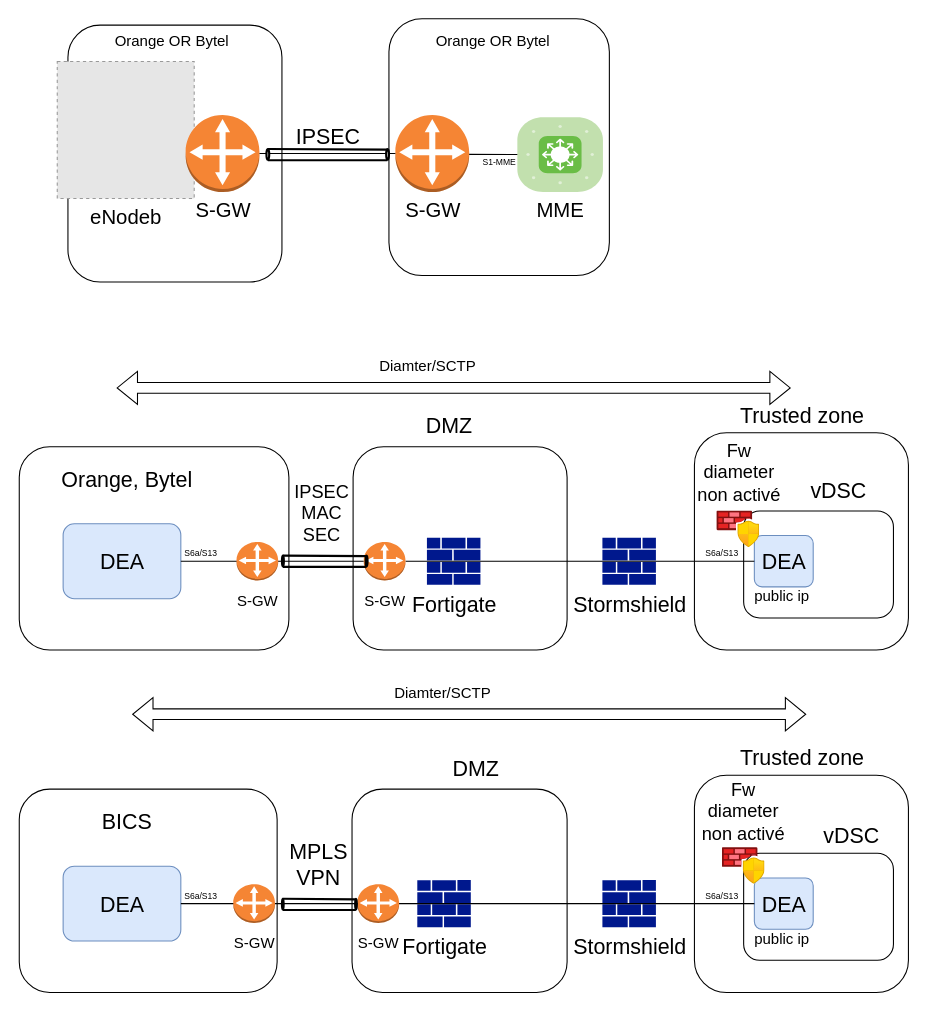
h4kdev/diagrams keeps this draw.io diagram as page "Page-1" (1 of 4) of use_cases_sec.drawio. Above is the earlier version. Source tidied: cells renumbered, new cells numbered last; positions are measured from the earlier drawing's top-left corner, leaving out a move shared by most shapes. Both pictures are drawn from the tidied source at 107%, with x=0, y=0 at pixel (18, 18). Pictures stored in the file or linked from it are replaced by grey dashed boxes.
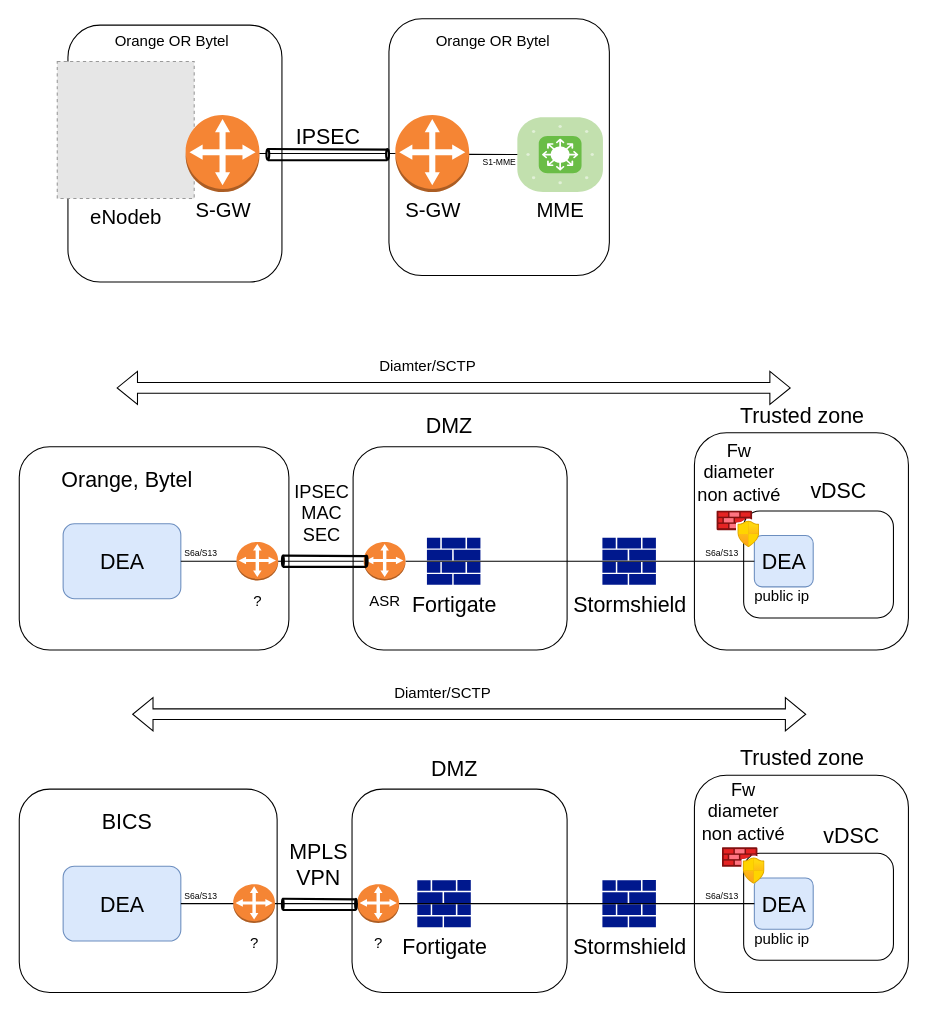
Above is the later version.

Change to the diagram source:
```diff
@@
     <mxCell id="34" value="DMZ" style="text;html=1;align=center;verticalAlign=middle;strokeColor=none;fillColor=none;fontSize=20;" parent="1" vertex="1">
-      <mxGeometry x="392" y="680" width="70" height="40" as="geometry" />
+      <mxGeometry x="371.5" y="680" width="70" height="40" as="geometry" />
     </mxCell>
@@
-    <mxCell id="45" value="&lt;font style=&quot;font-size: 14px;&quot;&gt;S-GW&lt;/font&gt;" style="dashed=0;verticalLabelPosition=bottom;verticalAlign=top;align=center;html=1;shape=mxgraph.aws3.customer_gateway;fillColor=#F58534;gradientColor=none;fontSize=19;" parent="1" vertex="1">
+    <mxCell id="45" value="&lt;font style=&quot;font-size: 14px;&quot;&gt;?&lt;/font&gt;" style="dashed=0;verticalLabelPosition=bottom;verticalAlign=top;align=center;html=1;shape=mxgraph.aws3.customer_gateway;fillColor=#F58534;gradientColor=none;fontSize=19;" parent="1" vertex="1">
       <mxGeometry x="316.5" y="809" width="39" height="36" as="geometry" />
     </mxCell>
-    <mxCell id="46" value="&lt;font style=&quot;font-size: 14px;&quot;&gt;S-GW&lt;/font&gt;" style="dashed=0;verticalLabelPosition=bottom;verticalAlign=top;align=center;html=1;shape=mxgraph.aws3.customer_gateway;fillColor=#F58534;gradientColor=none;fontSize=19;" parent="1" vertex="1">
+    <mxCell id="46" value="&lt;font style=&quot;font-size: 14px;&quot;&gt;?&lt;/font&gt;" style="dashed=0;verticalLabelPosition=bottom;verticalAlign=top;align=center;html=1;shape=mxgraph.aws3.customer_gateway;fillColor=#F58534;gradientColor=none;fontSize=19;" parent="1" vertex="1">
       <mxGeometry x="200.5" y="809" width="39" height="36" as="geometry" />
     </mxCell>
@@
-    <mxCell id="51" value="&lt;font style=&quot;font-size: 14px;&quot;&gt;S-GW&lt;/font&gt;" style="outlineConnect=0;dashed=0;verticalLabelPosition=bottom;verticalAlign=top;align=center;html=1;shape=mxgraph.aws3.customer_gateway;fillColor=#F58534;gradientColor=none;fontSize=19;" parent="1" vertex="1">
+    <mxCell id="51" value="&lt;font style=&quot;font-size: 14px;&quot;&gt;ASR&lt;/font&gt;" style="outlineConnect=0;dashed=0;verticalLabelPosition=bottom;verticalAlign=top;align=center;html=1;shape=mxgraph.aws3.customer_gateway;fillColor=#F58534;gradientColor=none;fontSize=19;" parent="1" vertex="1">
       <mxGeometry x="322.5" y="489" width="39" height="36" as="geometry" />
     </mxCell>
-    <mxCell id="52" value="&lt;font style=&quot;font-size: 14px;&quot;&gt;S-GW&lt;/font&gt;" style="dashed=0;verticalLabelPosition=bottom;verticalAlign=top;align=center;html=1;shape=mxgraph.aws3.customer_gateway;fillColor=#F58534;gradientColor=none;fontSize=19;" parent="1" vertex="1">
+    <mxCell id="52" value="&lt;font style=&quot;font-size: 14px;&quot;&gt;?&lt;/font&gt;" style="dashed=0;verticalLabelPosition=bottom;verticalAlign=top;align=center;html=1;shape=mxgraph.aws3.customer_gateway;fillColor=#F58534;gradientColor=none;fontSize=19;" parent="1" vertex="1">
       <mxGeometry x="203.5" y="489" width="39" height="36" as="geometry" />
     </mxCell>
```
